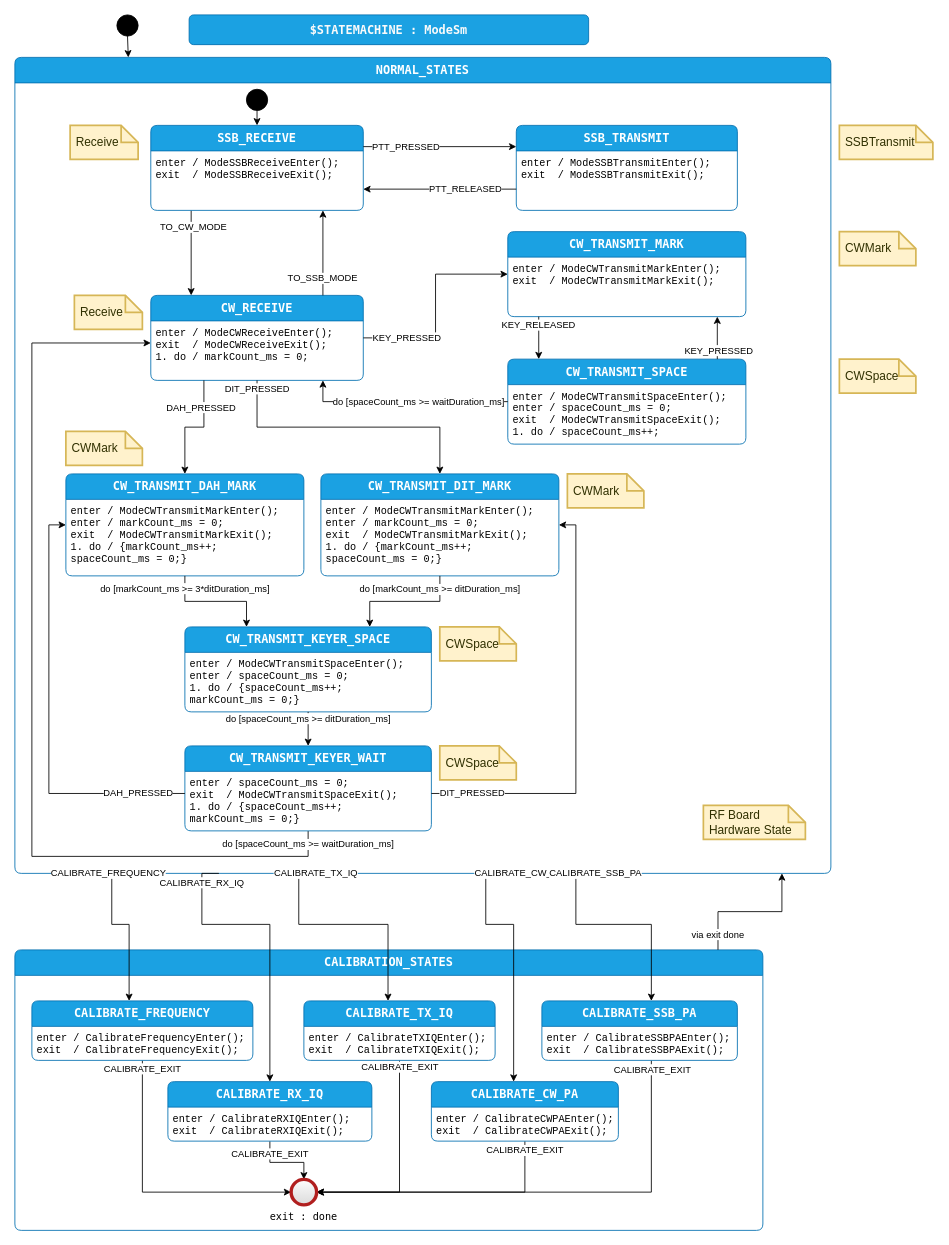
Earlier version of the draw.io diagram page "design" (1 of 3) of code/src/PhoenixSketch/ModeSm.drawio (KI3P/Phoenix). Source tidied: cells renumbered, new cells numbered last; positions are measured from the earlier drawing's top-left corner, leaving out a move shared by most shapes. Both pictures are drawn from the tidied source at 85%, with x=0, y=0 at pixel (14, 14).
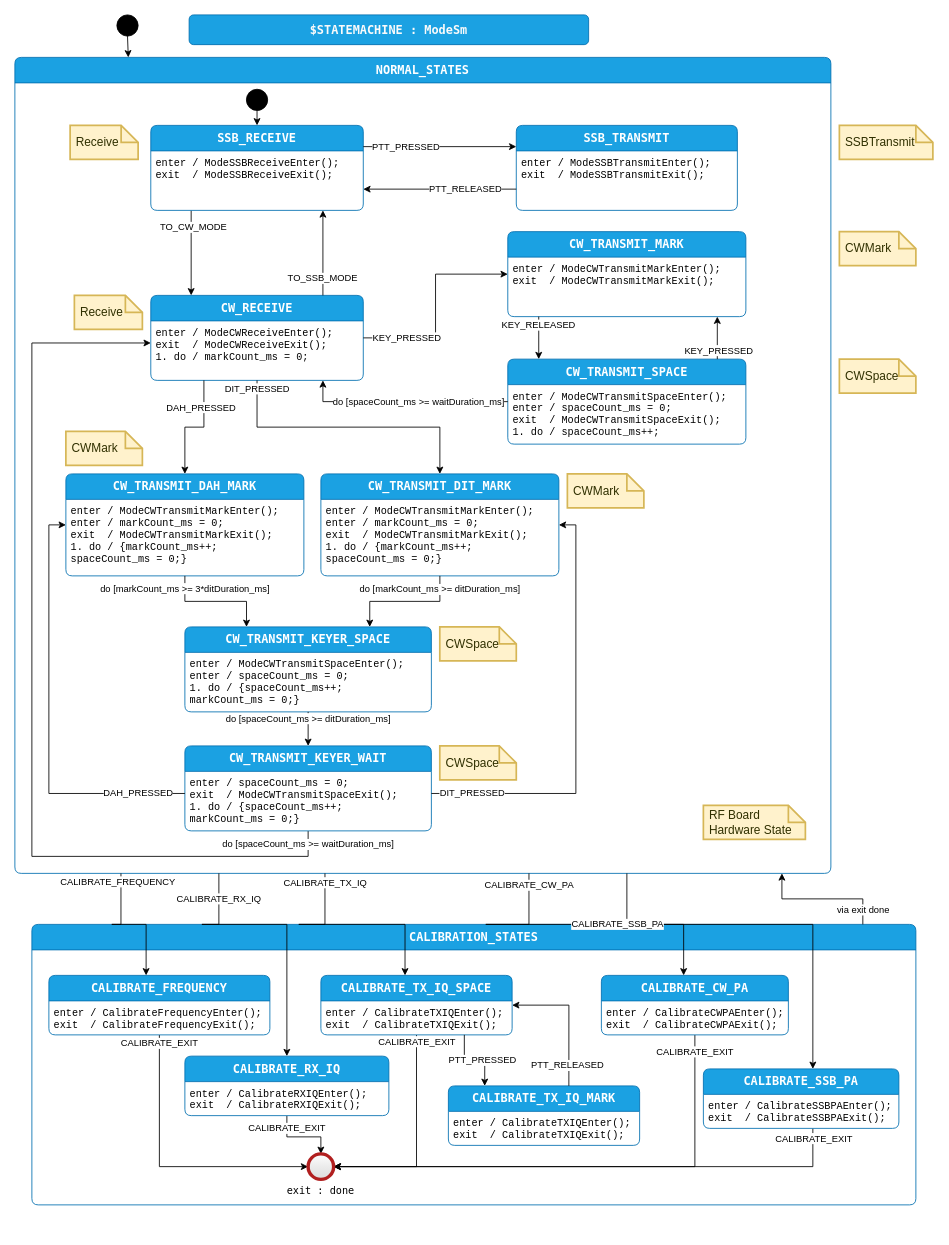
Above is the later version.

What changed in the source:
```diff
@@
     <mxCell id="2" value="CALIBRATION_STATES" style="shape=swimlane;align=center;verticalAlign=top;fontFamily=Lucida Console;startSize=30;fontSize=14;fontStyle=1;fontColor=#ffffff;fillColor=#1ba1e2;swimlaneFillColor=default;rounded=1;arcSize=15;absoluteArcSize=1;points=[[0,0,0,0,0],[0,0.06,0,0,0],[0,0.13,0,0,0],[0,0.19,0,0,0],[0,0.25,0,0,0],[0,0.31,0,0,0],[0,0.38,0,0,0],[0,0.44,0,0,0],[0,0.5,0,0,0],[0,0.56,0,0,0],[0,0.63,0,0,0],[0,0.69,0,0,0],[0,0.75,0,0,0],[0,0.81,0,0,0],[0,0.88,0,0,0],[0,0.94,0,0,0],[0,1,0,0,0],[0.06,0,0,0,0],[0.06,1,0,0,0],[0.13,0,0,0,0],[0.13,1,0,0,0],[0.19,0,0,0,0],[0.19,1,0,0,0],[0.25,0,0,0,0],[0.25,1,0,0,0],[0.31,0,0,0,0],[0.31,1,0,0,0],[0.38,0,0,0,0],[0.38,1,0,0,0],[0.44,0,0,0,0],[0.44,1,0,0,0],[0.5,0,0,0,0],[0.5,1,0,0,0],[0.56,0,0,0,0],[0.56,1,0,0,0],[0.63,0,0,0,0],[0.63,1,0,0,0],[0.69,0,0,0,0],[0.69,1,0,0,0],[0.75,0,0,0,0],[0.75,1,0,0,0],[0.81,0,0,0,0],[0.81,1,0,0,0],[0.88,0,0,0,0],[0.88,1,0,0,0],[0.94,0,0,0,0],[0.94,1,0,0,0],[1,0,0,0,0],[1,0.06,0,0,0],[1,0.13,0,0,0],[1,0.19,0,0,0],[1,0.25,0,0,0],[1,0.31,0,0,0],[1,0.38,0,0,0],[1,0.44,0,0,0],[1,0.5,0,0,0],[1,0.56,0,0,0],[1,0.63,0,0,0],[1,0.69,0,0,0],[1,0.75,0,0,0],[1,0.81,0,0,0],[1,0.88,0,0,0],[1,0.94,0,0,0],[1,1,0,0,0]];strokeColor=#006EAF;" parent="1" vertex="1">
-      <mxGeometry y="1100" width="880" height="330" as="geometry" />
+      <mxGeometry x="20" y="1070" width="1040" height="330" as="geometry" />
     </mxCell>
@@
-    <mxCell id="11" value="CALIBRATE_TX_IQ" style="shape=swimlane;align=center;verticalAlign=top;fontFamily=Lucida Console;startSize=30;fontSize=14;fontStyle=1;fontColor=#ffffff;fillColor=#1ba1e2;swimlaneFillColor=default;rounded=1;arcSize=15;absoluteArcSize=1;points=[[0,0,0,0,0],[0,0.06,0,0,0],[0,0.13,0,0,0],[0,0.19,0,0,0],[0,0.25,0,0,0],[0,0.31,0,0,0],[0,0.38,0,0,0],[0,0.44,0,0,0],[0,0.5,0,0,0],[0,0.56,0,0,0],[0,0.63,0,0,0],[0,0.69,0,0,0],[0,0.75,0,0,0],[0,0.81,0,0,0],[0,0.88,0,0,0],[0,0.94,0,0,0],[0,1,0,0,0],[0.06,0,0,0,0],[0.06,1,0,0,0],[0.13,0,0,0,0],[0.13,1,0,0,0],[0.19,0,0,0,0],[0.19,1,0,0,0],[0.25,0,0,0,0],[0.25,1,0,0,0],[0.31,0,0,0,0],[0.31,1,0,0,0],[0.38,0,0,0,0],[0.38,1,0,0,0],[0.44,0,0,0,0],[0.44,1,0,0,0],[0.5,0,0,0,0],[0.5,1,0,0,0],[0.56,0,0,0,0],[0.56,1,0,0,0],[0.63,0,0,0,0],[0.63,1,0,0,0],[0.69,0,0,0,0],[0.69,1,0,0,0],[0.75,0,0,0,0],[0.75,1,0,0,0],[0.81,0,0,0,0],[0.81,1,0,0,0],[0.88,0,0,0,0],[0.88,1,0,0,0],[0.94,0,0,0,0],[0.94,1,0,0,0],[1,0,0,0,0],[1,0.06,0,0,0],[1,0.13,0,0,0],[1,0.19,0,0,0],[1,0.25,0,0,0],[1,0.31,0,0,0],[1,0.38,0,0,0],[1,0.44,0,0,0],[1,0.5,0,0,0],[1,0.56,0,0,0],[1,0.63,0,0,0],[1,0.69,0,0,0],[1,0.75,0,0,0],[1,0.81,0,0,0],[1,0.88,0,0,0],[1,0.94,0,0,0],[1,1,0,0,0]];strokeColor=#006EAF;" parent="2" vertex="1">
+    <mxCell id="11" value="CALIBRATE_TX_IQ_SPACE" style="shape=swimlane;align=center;verticalAlign=top;fontFamily=Lucida Console;startSize=30;fontSize=14;fontStyle=1;fontColor=#ffffff;fillColor=#1ba1e2;swimlaneFillColor=default;rounded=1;arcSize=15;absoluteArcSize=1;points=[[0,0,0,0,0],[0,0.06,0,0,0],[0,0.13,0,0,0],[0,0.19,0,0,0],[0,0.25,0,0,0],[0,0.31,0,0,0],[0,0.38,0,0,0],[0,0.44,0,0,0],[0,0.5,0,0,0],[0,0.56,0,0,0],[0,0.63,0,0,0],[0,0.69,0,0,0],[0,0.75,0,0,0],[0,0.81,0,0,0],[0,0.88,0,0,0],[0,0.94,0,0,0],[0,1,0,0,0],[0.06,0,0,0,0],[0.06,1,0,0,0],[0.13,0,0,0,0],[0.13,1,0,0,0],[0.19,0,0,0,0],[0.19,1,0,0,0],[0.25,0,0,0,0],[0.25,1,0,0,0],[0.31,0,0,0,0],[0.31,1,0,0,0],[0.38,0,0,0,0],[0.38,1,0,0,0],[0.44,0,0,0,0],[0.44,1,0,0,0],[0.5,0,0,0,0],[0.5,1,0,0,0],[0.56,0,0,0,0],[0.56,1,0,0,0],[0.63,0,0,0,0],[0.63,1,0,0,0],[0.69,0,0,0,0],[0.69,1,0,0,0],[0.75,0,0,0,0],[0.75,1,0,0,0],[0.81,0,0,0,0],[0.81,1,0,0,0],[0.88,0,0,0,0],[0.88,1,0,0,0],[0.94,0,0,0,0],[0.94,1,0,0,0],[1,0,0,0,0],[1,0.06,0,0,0],[1,0.13,0,0,0],[1,0.19,0,0,0],[1,0.25,0,0,0],[1,0.31,0,0,0],[1,0.38,0,0,0],[1,0.44,0,0,0],[1,0.5,0,0,0],[1,0.56,0,0,0],[1,0.63,0,0,0],[1,0.69,0,0,0],[1,0.75,0,0,0],[1,0.81,0,0,0],[1,0.88,0,0,0],[1,0.94,0,0,0],[1,1,0,0,0]];strokeColor=#006EAF;" parent="2" vertex="1">
       <mxGeometry x="340" y="60" width="225" height="70" as="geometry" />
     </mxCell>
@@
     <mxCell id="14" value="CALIBRATE_CW_PA" style="shape=swimlane;align=center;verticalAlign=top;fontFamily=Lucida Console;startSize=30;fontSize=14;fontStyle=1;fontColor=#ffffff;fillColor=#1ba1e2;swimlaneFillColor=default;rounded=1;arcSize=15;absoluteArcSize=1;points=[[0,0,0,0,0],[0,0.06,0,0,0],[0,0.13,0,0,0],[0,0.19,0,0,0],[0,0.25,0,0,0],[0,0.31,0,0,0],[0,0.38,0,0,0],[0,0.44,0,0,0],[0,0.5,0,0,0],[0,0.56,0,0,0],[0,0.63,0,0,0],[0,0.69,0,0,0],[0,0.75,0,0,0],[0,0.81,0,0,0],[0,0.88,0,0,0],[0,0.94,0,0,0],[0,1,0,0,0],[0.06,0,0,0,0],[0.06,1,0,0,0],[0.13,0,0,0,0],[0.13,1,0,0,0],[0.19,0,0,0,0],[0.19,1,0,0,0],[0.25,0,0,0,0],[0.25,1,0,0,0],[0.31,0,0,0,0],[0.31,1,0,0,0],[0.38,0,0,0,0],[0.38,1,0,0,0],[0.44,0,0,0,0],[0.44,1,0,0,0],[0.5,0,0,0,0],[0.5,1,0,0,0],[0.56,0,0,0,0],[0.56,1,0,0,0],[0.63,0,0,0,0],[0.63,1,0,0,0],[0.69,0,0,0,0],[0.69,1,0,0,0],[0.75,0,0,0,0],[0.75,1,0,0,0],[0.81,0,0,0,0],[0.81,1,0,0,0],[0.88,0,0,0,0],[0.88,1,0,0,0],[0.94,0,0,0,0],[0.94,1,0,0,0],[1,0,0,0,0],[1,0.06,0,0,0],[1,0.13,0,0,0],[1,0.19,0,0,0],[1,0.25,0,0,0],[1,0.31,0,0,0],[1,0.38,0,0,0],[1,0.44,0,0,0],[1,0.5,0,0,0],[1,0.56,0,0,0],[1,0.63,0,0,0],[1,0.69,0,0,0],[1,0.75,0,0,0],[1,0.81,0,0,0],[1,0.88,0,0,0],[1,0.94,0,0,0],[1,1,0,0,0]];strokeColor=#006EAF;" parent="2" vertex="1">
-      <mxGeometry x="490" y="155" width="220" height="70" as="geometry" />
+      <mxGeometry x="670" y="60" width="220" height="70" as="geometry" />
     </mxCell>
@@
     <mxCell id="17" value="CALIBRATE_SSB_PA" style="shape=swimlane;align=center;verticalAlign=top;fontFamily=Lucida Console;startSize=30;fontSize=14;fontStyle=1;fontColor=#ffffff;fillColor=#1ba1e2;swimlaneFillColor=default;rounded=1;arcSize=15;absoluteArcSize=1;points=[[0,0,0,0,0],[0,0.06,0,0,0],[0,0.13,0,0,0],[0,0.19,0,0,0],[0,0.25,0,0,0],[0,0.31,0,0,0],[0,0.38,0,0,0],[0,0.44,0,0,0],[0,0.5,0,0,0],[0,0.56,0,0,0],[0,0.63,0,0,0],[0,0.69,0,0,0],[0,0.75,0,0,0],[0,0.81,0,0,0],[0,0.88,0,0,0],[0,0.94,0,0,0],[0,1,0,0,0],[0.06,0,0,0,0],[0.06,1,0,0,0],[0.13,0,0,0,0],[0.13,1,0,0,0],[0.19,0,0,0,0],[0.19,1,0,0,0],[0.25,0,0,0,0],[0.25,1,0,0,0],[0.31,0,0,0,0],[0.31,1,0,0,0],[0.38,0,0,0,0],[0.38,1,0,0,0],[0.44,0,0,0,0],[0.44,1,0,0,0],[0.5,0,0,0,0],[0.5,1,0,0,0],[0.56,0,0,0,0],[0.56,1,0,0,0],[0.63,0,0,0,0],[0.63,1,0,0,0],[0.69,0,0,0,0],[0.69,1,0,0,0],[0.75,0,0,0,0],[0.75,1,0,0,0],[0.81,0,0,0,0],[0.81,1,0,0,0],[0.88,0,0,0,0],[0.88,1,0,0,0],[0.94,0,0,0,0],[0.94,1,0,0,0],[1,0,0,0,0],[1,0.06,0,0,0],[1,0.13,0,0,0],[1,0.19,0,0,0],[1,0.25,0,0,0],[1,0.31,0,0,0],[1,0.38,0,0,0],[1,0.44,0,0,0],[1,0.5,0,0,0],[1,0.56,0,0,0],[1,0.63,0,0,0],[1,0.69,0,0,0],[1,0.75,0,0,0],[1,0.81,0,0,0],[1,0.88,0,0,0],[1,0.94,0,0,0],[1,1,0,0,0]];strokeColor=#006EAF;" parent="2" vertex="1">
-      <mxGeometry x="620" y="60" width="230" height="70" as="geometry" />
+      <mxGeometry x="790" y="170" width="230" height="70" as="geometry" />
     </mxCell>
@@
+    <mxCell id="77" value="CALIBRATE_TX_IQ_MARK" style="shape=swimlane;align=center;verticalAlign=top;fontFamily=Lucida Console;startSize=30;fontSize=14;fontStyle=1;fontColor=#ffffff;fillColor=#1ba1e2;swimlaneFillColor=default;rounded=1;arcSize=15;absoluteArcSize=1;points=[[0,0,0,0,0],[0,0.06,0,0,0],[0,0.13,0,0,0],[0,0.19,0,0,0],[0,0.25,0,0,0],[0,0.31,0,0,0],[0,0.38,0,0,0],[0,0.44,0,0,0],[0,0.5,0,0,0],[0,0.56,0,0,0],[0,0.63,0,0,0],[0,0.69,0,0,0],[0,0.75,0,0,0],[0,0.81,0,0,0],[0,0.88,0,0,0],[0,0.94,0,0,0],[0,1,0,0,0],[0.06,0,0,0,0],[0.06,1,0,0,0],[0.13,0,0,0,0],[0.13,1,0,0,0],[0.19,0,0,0,0],[0.19,1,0,0,0],[0.25,0,0,0,0],[0.25,1,0,0,0],[0.31,0,0,0,0],[0.31,1,0,0,0],[0.38,0,0,0,0],[0.38,1,0,0,0],[0.44,0,0,0,0],[0.44,1,0,0,0],[0.5,0,0,0,0],[0.5,1,0,0,0],[0.56,0,0,0,0],[0.56,1,0,0,0],[0.63,0,0,0,0],[0.63,1,0,0,0],[0.69,0,0,0,0],[0.69,1,0,0,0],[0.75,0,0,0,0],[0.75,1,0,0,0],[0.81,0,0,0,0],[0.81,1,0,0,0],[0.88,0,0,0,0],[0.88,1,0,0,0],[0.94,0,0,0,0],[0.94,1,0,0,0],[1,0,0,0,0],[1,0.06,0,0,0],[1,0.13,0,0,0],[1,0.19,0,0,0],[1,0.25,0,0,0],[1,0.31,0,0,0],[1,0.38,0,0,0],[1,0.44,0,0,0],[1,0.5,0,0,0],[1,0.56,0,0,0],[1,0.63,0,0,0],[1,0.69,0,0,0],[1,0.75,0,0,0],[1,0.81,0,0,0],[1,0.88,0,0,0],[1,0.94,0,0,0],[1,1,0,0,0]];strokeColor=#006EAF;" parent="2" vertex="1">
+      <mxGeometry x="490" y="190" width="225" height="70" as="geometry" />
+    </mxCell>
+    <mxCell id="78" value="enter / CalibrateTXIQEnter();&#10;exit  / CalibrateTXIQExit();" style="fontFamily=Courier New;align=left;verticalAlign=top;fillColor=none;gradientColor=none;strokeColor=none;rounded=0;spacingLeft=4;" parent="77" vertex="1">
+      <mxGeometry y="30" width="240" height="40" as="geometry" />
+    </mxCell>
+    <mxCell id="79" value="PTT_PRESSED" style="edgeStyle=orthogonalEdgeStyle;rounded=0;jettySize=auto;html=1;exitX=0.75;exitY=1;exitDx=0;exitDy=0;exitPerimeter=0;entryX=0.19;entryY=0;entryDx=0;entryDy=0;entryPerimeter=0;" parent="2" edge="1" source="11" target="77">
+      <mxGeometry x="0.22" relative="1" as="geometry" />
+    </mxCell>
+    <mxCell id="80" style="edgeStyle=orthogonalEdgeStyle;rounded=0;jettySize=auto;html=1;exitX=0.63;exitY=0;exitDx=0;exitDy=0;exitPerimeter=0;entryX=1;entryY=0.5;entryDx=0;entryDy=0;entryPerimeter=0;" parent="2" edge="1" source="77" target="11">
+      <mxGeometry relative="1" as="geometry" />
+    </mxCell>
+    <mxCell id="81" value="PTT_RELEASED" style="edgeLabel;html=1;align=center;verticalAlign=middle;" parent="80" vertex="1">
+      <mxGeometry x="-0.7" y="2" relative="1" as="geometry" />
+    </mxCell>
```
